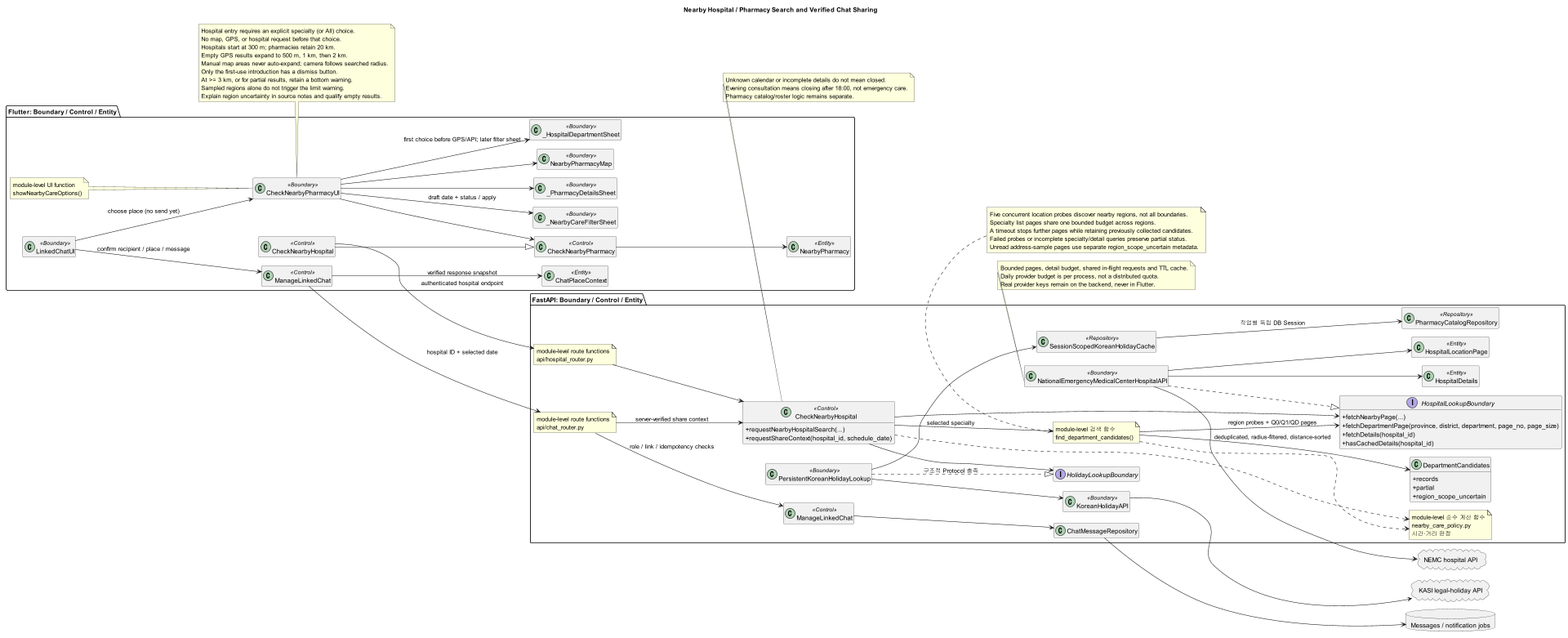
Before: docs/UML/class/07_NearbyCare.png, a diagram exported from PlantUML (1window2/MedBuddy).
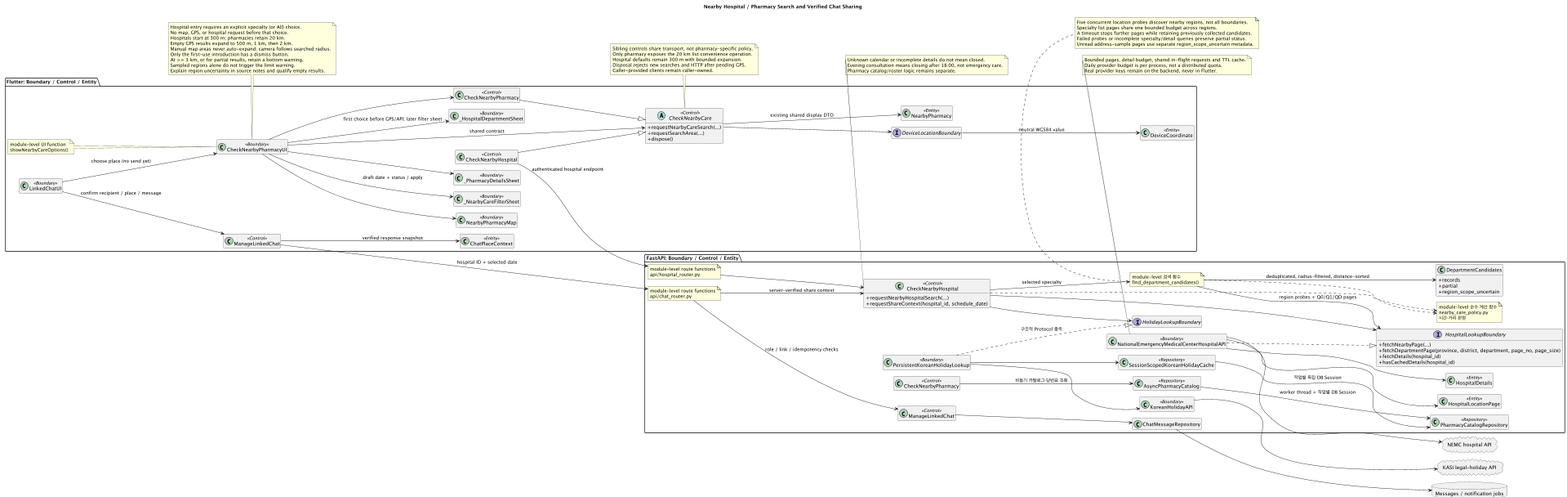
Later version of the same file.

What changed in the source:
```diff
@@ -16,8 +16,15 @@
   class "_NearbyCareFilterSheet" as NearbyCareFilterSheet <<Boundary>>
   class "_PharmacyDetailsSheet" as PharmacyDetailsSheet <<Boundary>>
   class "NearbyPharmacyMap" as NearbyPharmacyMapWidget <<Boundary>>
+  abstract class "CheckNearbyCare" as FCare <<Control>> {
+    + requestNearbyCareSearch(...)
+    + requestSearchArea(...)
+    + dispose()
+  }
   class "CheckNearbyPharmacy" as FPharmacy <<Control>>
   class "CheckNearbyHospital" as FHospital <<Control>>
+  class DeviceCoordinate <<Entity>>
+  interface DeviceLocationBoundary
   class NearbyPharmacy <<Entity>>
   class LinkedChatUI <<Boundary>>
   class "ManageLinkedChat" as FChat <<Control>>
@@ -30,6 +37,7 @@
     + requestNearbyHospitalSearch(...)
     + requestShareContext(hospital_id, schedule_date)
   }
+  class "CheckNearbyPharmacy" as BPharmacy <<Control>>
   interface HospitalLookupBoundary {
     + fetchNearbyPage(...)
     + fetchDepartmentPage(province, district, department, page_no, page_size)
@@ -41,6 +49,7 @@
   class PersistentKoreanHolidayLookup <<Boundary>>
   interface HolidayLookupBoundary
   class SessionScopedKoreanHolidayCache <<Repository>>
+  class AsyncPharmacyCatalog <<Repository>>
   class PharmacyCatalogRepository <<Repository>>
   class "ManageLinkedChat" as BChat <<Control>>
   class HospitalDetails <<Entity>>
@@ -64,9 +73,13 @@
 CheckNearbyPharmacyUI --> PharmacyDetailsSheet
 CheckNearbyPharmacyUI --> NearbyPharmacyMapWidget
 CheckNearbyPharmacyUI --> FPharmacy
-FHospital --|> FPharmacy
+CheckNearbyPharmacyUI --> FCare : shared contract
+FHospital --|> FCare
+FPharmacy --|> FCare
+FCare --> DeviceLocationBoundary
+DeviceLocationBoundary --> DeviceCoordinate : neutral WGS84 value
 FHospital --> HospitalRouter : authenticated hospital endpoint
-FPharmacy --> NearbyPharmacy
+FCare --> NearbyPharmacy : existing shared display DTO
 HospitalRouter --> BHospital
 BHospital --> HospitalLookupBoundary
 BHospital --> DepartmentSearch : selected specialty
@@ -80,6 +93,8 @@
 PersistentKoreanHolidayLookup ..|> HolidayLookupBoundary : 구조적 Protocol 충족
 PersistentKoreanHolidayLookup --> SessionScopedKoreanHolidayCache
 SessionScopedKoreanHolidayCache --> PharmacyCatalogRepository : 작업별 독립 DB Session
+AsyncPharmacyCatalog --> PharmacyCatalogRepository : worker thread + 작업별 DB Session
+BPharmacy --> AsyncPharmacyCatalog : 비동기 카탈로그·당번표 조회
 BHospital ..> NearbyCarePolicy
 DepartmentSearch ..> NearbyCarePolicy
 PersistentKoreanHolidayLookup --> KoreanHolidayAPI
@@ -121,4 +136,11 @@
   Sampled regions alone do not trigger the limit warning.
   Explain region uncertainty in source notes and qualify empty results.
 end note
+note bottom of FCare
+  Sibling controls share transport, not pharmacy-specific policy.
+  Only pharmacy exposes the 20 km list convenience operation.
+  Hospital defaults remain 300 m with bounded expansion.
+  Disposal rejects new searches and HTTP after pending GPS.
+  Caller-provided clients remain caller-owned.
+end note
 @enduml
```
